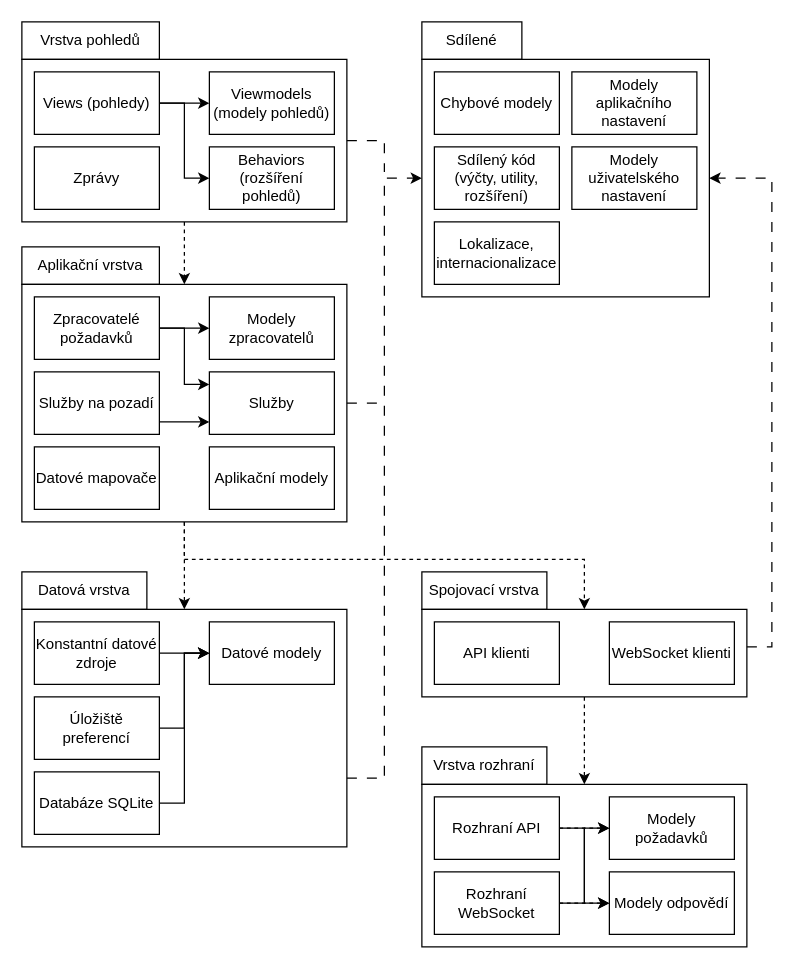
Above: doc/design/client_architecture.drawio in Revarin/dp24-milapp-perina (draw.io), before the change. Source tidied: cells renumbered, new cells numbered last; positions are measured from the earlier drawing's top-left corner, leaving out a move shared by most shapes. Both pictures are drawn from the tidied source at 125%, with x=0, y=0 at pixel (21, 21).
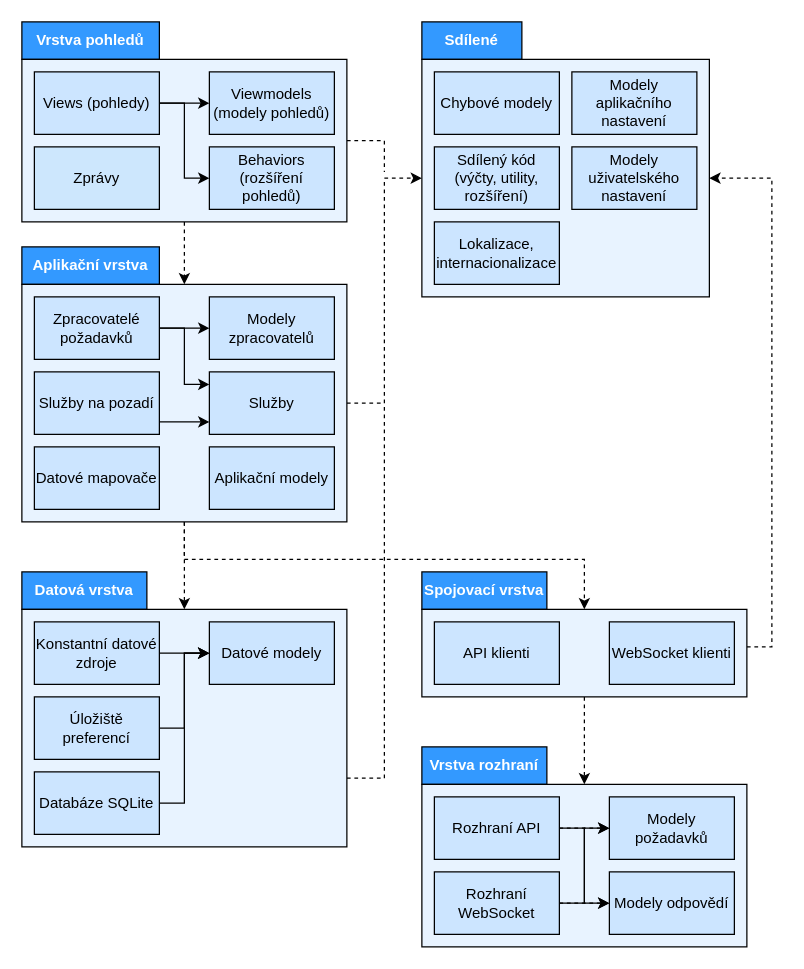
After the change.

Diff of the diagram source:
```diff
@@
-    <mxCell id="2" value="Vrstva pohledů" style="rounded=0;whiteSpace=wrap;html=1;" parent="1" vertex="1">
+    <mxCell id="2" value="Vrstva pohledů" style="rounded=0;whiteSpace=wrap;html=1;fillColor=#3399FF;fontStyle=1;fontColor=#FFFFFF;" parent="1" vertex="1">
       <mxGeometry width="110" height="30" as="geometry" />
     </mxCell>
@@
-    <mxCell id="4" style="edgeStyle=orthogonalEdgeStyle;rounded=0;jettySize=auto;html=1;dashed=1;dashPattern=8 8;endArrow=none;endFill=0;" parent="1" edge="1" source="5">
+    <mxCell id="4" style="edgeStyle=orthogonalEdgeStyle;rounded=0;jettySize=auto;html=1;dashed=1;endArrow=none;endFill=0;" parent="1" edge="1" source="5">
       <mxGeometry relative="1" as="geometry">
         <mxPoint x="290" y="120" as="targetPoint" />
         <Array as="points">
           <mxPoint x="290" y="95" />
         </Array>
       </mxGeometry>
     </mxCell>
-    <mxCell id="5" style="rounded=0;whiteSpace=wrap;html=1;fillColor=none;" parent="1" vertex="1">
+    <mxCell id="5" style="rounded=0;whiteSpace=wrap;html=1;fillColor=#E8F3FF;" parent="1" vertex="1">
       <mxGeometry y="30" width="260" height="130" as="geometry" />
     </mxCell>
@@
-    <mxCell id="8" value="Views (pohledy)" style="rounded=0;whiteSpace=wrap;html=1;" parent="1" vertex="1">
+    <mxCell id="8" value="Views (pohledy)" style="rounded=0;whiteSpace=wrap;html=1;fillColor=#CCE5FF;" parent="1" vertex="1">
       <mxGeometry x="10" y="40" width="100" height="50" as="geometry" />
     </mxCell>
-    <mxCell id="9" value="Viewmodels (modely pohledů)" style="rounded=0;whiteSpace=wrap;html=1;" parent="1" vertex="1">
+    <mxCell id="9" value="Viewmodels (modely pohledů)" style="rounded=0;whiteSpace=wrap;html=1;fillColor=#CCE5FF;" parent="1" vertex="1">
       <mxGeometry x="150" y="40" width="100" height="50" as="geometry" />
     </mxCell>
-    <mxCell id="10" value="Behaviors&lt;br&gt;(rozšíření pohledů)" style="rounded=0;whiteSpace=wrap;html=1;" parent="1" vertex="1">
+    <mxCell id="10" value="Behaviors&lt;br&gt;(rozšíření pohledů)" style="rounded=0;whiteSpace=wrap;html=1;fillColor=#CCE5FF;" parent="1" vertex="1">
       <mxGeometry x="150" y="100" width="100" height="50" as="geometry" />
     </mxCell>
-    <mxCell id="11" value="Vrstva rozhraní" style="rounded=0;whiteSpace=wrap;html=1;" parent="1" vertex="1">
+    <mxCell id="11" value="Vrstva rozhraní" style="rounded=0;whiteSpace=wrap;html=1;fillColor=#3399FF;fontStyle=1;fontColor=#FFFFFF;" parent="1" vertex="1">
       <mxGeometry x="320" y="580" width="100" height="30" as="geometry" />
     </mxCell>
-    <mxCell id="12" style="rounded=0;whiteSpace=wrap;html=1;fillColor=none;" parent="1" vertex="1">
+    <mxCell id="12" style="rounded=0;whiteSpace=wrap;html=1;fillColor=#E8F3FF;strokeColor=default;" parent="1" vertex="1">
       <mxGeometry x="320" y="610" width="260" height="130" as="geometry" />
     </mxCell>
@@
-    <mxCell id="15" value="Rozhraní API" style="rounded=0;whiteSpace=wrap;html=1;" parent="1" vertex="1">
+    <mxCell id="15" value="Rozhraní API" style="rounded=0;whiteSpace=wrap;html=1;fillColor=#CCE5FF;" parent="1" vertex="1">
       <mxGeometry x="330" y="620" width="100" height="50" as="geometry" />
     </mxCell>
@@
-    <mxCell id="18" value="Rozhraní WebSocket" style="rounded=0;whiteSpace=wrap;html=1;" parent="1" vertex="1">
+    <mxCell id="18" value="Rozhraní WebSocket" style="rounded=0;whiteSpace=wrap;html=1;fillColor=#CCE5FF;" parent="1" vertex="1">
       <mxGeometry x="330" y="680" width="100" height="50" as="geometry" />
     </mxCell>
-    <mxCell id="19" value="Modely požadavků" style="rounded=0;whiteSpace=wrap;html=1;" parent="1" vertex="1">
+    <mxCell id="19" value="Modely požadavků" style="rounded=0;whiteSpace=wrap;html=1;fillColor=#CCE5FF;" parent="1" vertex="1">
       <mxGeometry x="470" y="620" width="100" height="50" as="geometry" />
     </mxCell>
-    <mxCell id="20" value="Modely odpovědí" style="rounded=0;whiteSpace=wrap;html=1;" parent="1" vertex="1">
+    <mxCell id="20" value="Modely odpovědí" style="rounded=0;whiteSpace=wrap;html=1;fillColor=#CCE5FF;" parent="1" vertex="1">
       <mxGeometry x="470" y="680" width="100" height="50" as="geometry" />
     </mxCell>
-    <mxCell id="21" value="Aplikační vrstva" style="rounded=0;whiteSpace=wrap;html=1;" parent="1" vertex="1">
+    <mxCell id="21" value="Aplikační vrstva" style="rounded=0;whiteSpace=wrap;html=1;fillColor=#3399FF;fontStyle=1;fontColor=#FFFFFF;" parent="1" vertex="1">
       <mxGeometry y="180" width="110" height="30" as="geometry" />
     </mxCell>
@@
-    <mxCell id="24" style="edgeStyle=orthogonalEdgeStyle;rounded=0;jettySize=auto;html=1;dashed=1;dashPattern=8 8;endArrow=none;endFill=0;" parent="1" edge="1" source="25">
+    <mxCell id="24" style="edgeStyle=orthogonalEdgeStyle;rounded=0;jettySize=auto;html=1;dashed=1;endArrow=none;endFill=0;" parent="1" edge="1" source="25">
       <mxGeometry relative="1" as="geometry">
         <mxPoint x="290" y="305" as="targetPoint" />
       </mxGeometry>
     </mxCell>
-    <mxCell id="25" style="rounded=0;whiteSpace=wrap;html=1;fillColor=none;" parent="1" vertex="1">
+    <mxCell id="25" style="rounded=0;whiteSpace=wrap;html=1;fillColor=#E8F3FF;" parent="1" vertex="1">
       <mxGeometry y="210" width="260" height="190" as="geometry" />
     </mxCell>
-    <mxCell id="26" value="Služby" style="rounded=0;whiteSpace=wrap;html=1;" parent="1" vertex="1">
+    <mxCell id="26" value="Služby" style="rounded=0;whiteSpace=wrap;html=1;fillColor=#CCE5FF;" parent="1" vertex="1">
       <mxGeometry x="150" y="280" width="100" height="50" as="geometry" />
     </mxCell>
@@
-    <mxCell id="28" value="Služby na pozadí" style="rounded=0;whiteSpace=wrap;html=1;" parent="1" vertex="1">
+    <mxCell id="28" value="Služby na pozadí" style="rounded=0;whiteSpace=wrap;html=1;fillColor=#CCE5FF;" parent="1" vertex="1">
       <mxGeometry x="10" y="280" width="100" height="50" as="geometry" />
     </mxCell>
-    <mxCell id="29" value="Zprávy" style="rounded=0;whiteSpace=wrap;html=1;" parent="1" vertex="1">
+    <mxCell id="29" value="Zprávy" style="rounded=0;whiteSpace=wrap;html=1;fillColor=#cde7fd;" parent="1" vertex="1">
       <mxGeometry x="10" y="100" width="100" height="50" as="geometry" />
     </mxCell>
-    <mxCell id="30" value="Sdílené" style="rounded=0;whiteSpace=wrap;html=1;" parent="1" vertex="1">
+    <mxCell id="30" value="Sdílené" style="rounded=0;whiteSpace=wrap;html=1;fillColor=#3399FF;fontStyle=1;fontColor=#FFFFFF;" parent="1" vertex="1">
       <mxGeometry x="320" width="80" height="30" as="geometry" />
     </mxCell>
-    <mxCell id="31" style="rounded=0;whiteSpace=wrap;html=1;fillColor=none;" parent="1" vertex="1">
+    <mxCell id="31" style="rounded=0;whiteSpace=wrap;html=1;fillColor=#E8F3FF;" parent="1" vertex="1">
       <mxGeometry x="320" y="30" width="230" height="190" as="geometry" />
     </mxCell>
-    <mxCell id="32" value="Chybové modely" style="rounded=0;whiteSpace=wrap;html=1;" parent="1" vertex="1">
+    <mxCell id="32" value="Chybové modely" style="rounded=0;whiteSpace=wrap;html=1;fillColor=#CCE5FF;" parent="1" vertex="1">
       <mxGeometry x="330" y="40" width="100" height="50" as="geometry" />
     </mxCell>
-    <mxCell id="33" value="Modely aplikačního nastavení" style="rounded=0;whiteSpace=wrap;html=1;" parent="1" vertex="1">
+    <mxCell id="33" value="Modely aplikačního nastavení" style="rounded=0;whiteSpace=wrap;html=1;fillColor=#CCE5FF;" parent="1" vertex="1">
       <mxGeometry x="440" y="40" width="100" height="50" as="geometry" />
     </mxCell>
-    <mxCell id="34" value="Sdílený kód (výčty, utility, rozšíření)" style="rounded=0;whiteSpace=wrap;html=1;" parent="1" vertex="1">
+    <mxCell id="34" value="Sdílený kód (výčty, utility, rozšíření)" style="rounded=0;whiteSpace=wrap;html=1;fillColor=#CCE5FF;" parent="1" vertex="1">
       <mxGeometry x="330" y="100" width="100" height="50" as="geometry" />
     </mxCell>
-    <mxCell id="35" value="Lokalizace, internacionalizace" style="rounded=0;whiteSpace=wrap;html=1;" parent="1" vertex="1">
+    <mxCell id="35" value="Lokalizace, internacionalizace" style="rounded=0;whiteSpace=wrap;html=1;fillColor=#CCE5FF;" parent="1" vertex="1">
       <mxGeometry x="330" y="160" width="100" height="50" as="geometry" />
     </mxCell>
-    <mxCell id="36" value="Datová vrstva" style="rounded=0;whiteSpace=wrap;html=1;" parent="1" vertex="1">
+    <mxCell id="36" value="Datová vrstva" style="rounded=0;whiteSpace=wrap;html=1;fillColor=#3399FF;fontStyle=1;fontColor=#FFFFFF;" parent="1" vertex="1">
       <mxGeometry y="440" width="100" height="30" as="geometry" />
     </mxCell>
-    <mxCell id="37" style="edgeStyle=orthogonalEdgeStyle;rounded=0;jettySize=auto;html=1;dashed=1;dashPattern=8 8;" parent="1" edge="1" source="38" target="31">
+    <mxCell id="37" style="edgeStyle=orthogonalEdgeStyle;rounded=0;jettySize=auto;html=1;dashed=1;" parent="1" edge="1" source="38" target="31">
       <mxGeometry relative="1" as="geometry">
         <Array as="points">
           <mxPoint x="290" y="605" />
           <mxPoint x="290" y="125" />
         </Array>
       </mxGeometry>
     </mxCell>
-    <mxCell id="38" style="rounded=0;whiteSpace=wrap;html=1;fillColor=none;" parent="1" vertex="1">
+    <mxCell id="38" style="rounded=0;whiteSpace=wrap;html=1;fillColor=#E8F3FF;" parent="1" vertex="1">
       <mxGeometry y="470" width="260" height="190" as="geometry" />
     </mxCell>
@@
-    <mxCell id="40" value="Konstantní datové zdroje" style="rounded=0;whiteSpace=wrap;html=1;" parent="1" vertex="1">
+    <mxCell id="40" value="Konstantní datové zdroje" style="rounded=0;whiteSpace=wrap;html=1;fillColor=#CCE5FF;" parent="1" vertex="1">
       <mxGeometry x="10" y="480" width="100" height="50" as="geometry" />
     </mxCell>
@@
-    <mxCell id="43" value="Zpracovatelé požadavků" style="rounded=0;whiteSpace=wrap;html=1;" parent="1" vertex="1">
+    <mxCell id="43" value="Zpracovatelé požadavků" style="rounded=0;whiteSpace=wrap;html=1;fillColor=#CCE5FF;" parent="1" vertex="1">
       <mxGeometry x="10" y="220" width="100" height="50" as="geometry" />
     </mxCell>
-    <mxCell id="44" value="Modely zpracovatelů" style="rounded=0;whiteSpace=wrap;html=1;" parent="1" vertex="1">
+    <mxCell id="44" value="Modely zpracovatelů" style="rounded=0;whiteSpace=wrap;html=1;fillColor=#CCE5FF;" parent="1" vertex="1">
       <mxGeometry x="150" y="220" width="100" height="50" as="geometry" />
     </mxCell>
-    <mxCell id="45" value="Spojovací vrstva" style="rounded=0;whiteSpace=wrap;html=1;" parent="1" vertex="1">
+    <mxCell id="45" value="Spojovací vrstva" style="rounded=0;whiteSpace=wrap;html=1;fillColor=#3399FF;fontColor=#FFFFFF;fontStyle=1;" parent="1" vertex="1">
       <mxGeometry x="320" y="440" width="100" height="30" as="geometry" />
     </mxCell>
@@
-    <mxCell id="47" style="edgeStyle=orthogonalEdgeStyle;rounded=0;jettySize=auto;html=1;dashed=1;dashPattern=8 8;" parent="1" edge="1" source="48" target="31">
+    <mxCell id="47" style="edgeStyle=orthogonalEdgeStyle;rounded=0;jettySize=auto;html=1;dashed=1;" parent="1" edge="1" source="48" target="31">
       <mxGeometry relative="1" as="geometry">
         <Array as="points">
           <mxPoint x="600" y="500" />
           <mxPoint x="600" y="125" />
         </Array>
       </mxGeometry>
     </mxCell>
-    <mxCell id="48" style="rounded=0;whiteSpace=wrap;html=1;fillColor=none;" parent="1" vertex="1">
+    <mxCell id="48" style="rounded=0;whiteSpace=wrap;html=1;fillColor=#E8F3FF;" parent="1" vertex="1">
       <mxGeometry x="320" y="470" width="260" height="70" as="geometry" />
     </mxCell>
-    <mxCell id="49" value="API klienti" style="rounded=0;whiteSpace=wrap;html=1;" parent="1" vertex="1">
+    <mxCell id="49" value="API klienti" style="rounded=0;whiteSpace=wrap;html=1;fillColor=#CCE5FF;" parent="1" vertex="1">
       <mxGeometry x="330" y="480" width="100" height="50" as="geometry" />
     </mxCell>
-    <mxCell id="50" value="WebSocket klienti" style="rounded=0;whiteSpace=wrap;html=1;" parent="1" vertex="1">
+    <mxCell id="50" value="WebSocket klienti" style="rounded=0;whiteSpace=wrap;html=1;fillColor=#CCE5FF;" parent="1" vertex="1">
       <mxGeometry x="470" y="480" width="100" height="50" as="geometry" />
     </mxCell>
@@
-    <mxCell id="52" value="Úložiště preferencí" style="rounded=0;whiteSpace=wrap;html=1;" parent="1" vertex="1">
+    <mxCell id="52" value="Úložiště preferencí" style="rounded=0;whiteSpace=wrap;html=1;fillColor=#CCE5FF;" parent="1" vertex="1">
       <mxGeometry x="10" y="540" width="100" height="50" as="geometry" />
     </mxCell>
@@
-    <mxCell id="54" value="Databáze SQLite" style="rounded=0;whiteSpace=wrap;html=1;" parent="1" vertex="1">
+    <mxCell id="54" value="Databáze SQLite" style="rounded=0;whiteSpace=wrap;html=1;fillColor=#CCE5FF;" parent="1" vertex="1">
       <mxGeometry x="10" y="600" width="100" height="50" as="geometry" />
     </mxCell>
-    <mxCell id="55" value="Datové modely" style="rounded=0;whiteSpace=wrap;html=1;" parent="1" vertex="1">
+    <mxCell id="55" value="Datové modely" style="rounded=0;whiteSpace=wrap;html=1;fillColor=#CCE5FF;" parent="1" vertex="1">
       <mxGeometry x="150" y="480" width="100" height="50" as="geometry" />
     </mxCell>
-    <mxCell id="56" value="Modely uživatelského nastavení" style="rounded=0;whiteSpace=wrap;html=1;" parent="1" vertex="1">
+    <mxCell id="56" value="Modely uživatelského nastavení" style="rounded=0;whiteSpace=wrap;html=1;fillColor=#CCE5FF;" parent="1" vertex="1">
       <mxGeometry x="440" y="100" width="100" height="50" as="geometry" />
     </mxCell>
-    <mxCell id="57" value="Datové mapovače" style="rounded=0;whiteSpace=wrap;html=1;" parent="1" vertex="1">
+    <mxCell id="57" value="Datové mapovače" style="rounded=0;whiteSpace=wrap;html=1;fillColor=#CCE5FF;" parent="1" vertex="1">
       <mxGeometry x="10" y="340" width="100" height="50" as="geometry" />
     </mxCell>
-    <mxCell id="58" value="Aplikační modely" style="rounded=0;whiteSpace=wrap;html=1;" parent="1" vertex="1">
+    <mxCell id="58" value="Aplikační modely" style="rounded=0;whiteSpace=wrap;html=1;fillColor=#CCE5FF;" parent="1" vertex="1">
       <mxGeometry x="150" y="340" width="100" height="50" as="geometry" />
     </mxCell>
```
